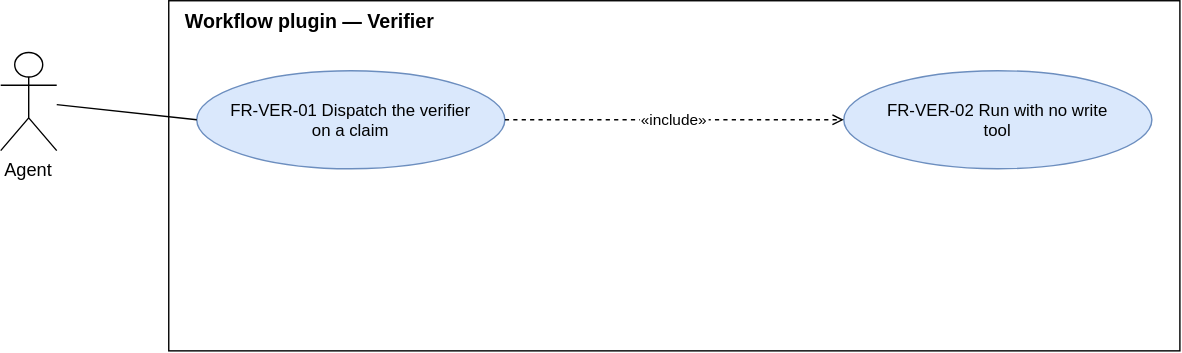
Above: docs/requirements/diagrams/use-cases-verifier.drawio.svg in ATNexusLab/tightship (draw.io), before the change. Source tidied: cells renumbered, new cells last; positions are measured from the earlier drawing's top-left corner, leaving out a move shared by most shapes.
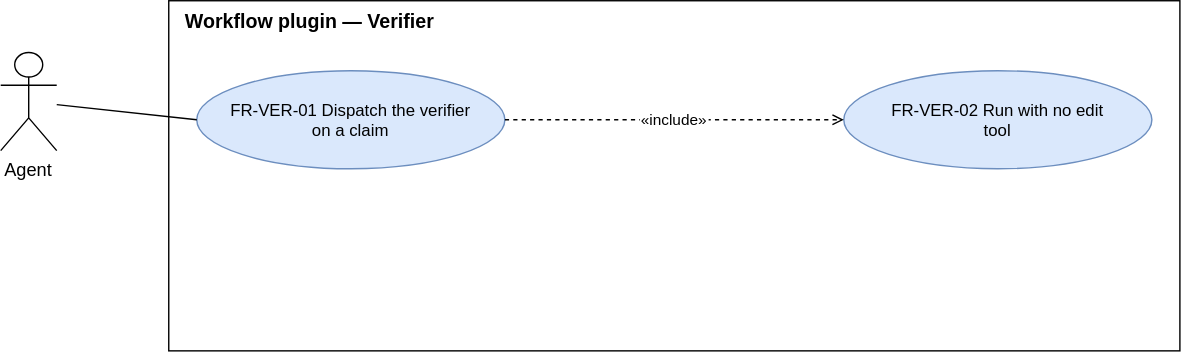
Above is the later version.

What changed in the source:
```diff
@@ -8,7 +8,7 @@
     <mxCell id="3" value="FR-VER-01 Dispatch the verifier&#10;on a claim" style="ellipse;fontSize=12;fillColor=#dae8fc;strokeColor=#6c8ebf;html=0;" parent="1" vertex="1">
       <mxGeometry x="140" y="50" width="220" height="70" as="geometry" />
     </mxCell>
-    <mxCell id="4" value="FR-VER-02 Run with no write&#10;tool" style="ellipse;fontSize=12;fillColor=#dae8fc;strokeColor=#6c8ebf;html=0;" parent="1" vertex="1">
+    <mxCell id="4" value="FR-VER-02 Run with no edit&#10;tool" style="ellipse;fontSize=12;fillColor=#dae8fc;strokeColor=#6c8ebf;html=0;" parent="1" vertex="1">
       <mxGeometry x="602" y="50" width="220" height="70" as="geometry" />
     </mxCell>
     <mxCell id="5" value="Agent" style="shape=umlActor;verticalLabelPosition=bottom;verticalAlign=top;fontSize=13;html=0;" parent="1" vertex="1">
```
